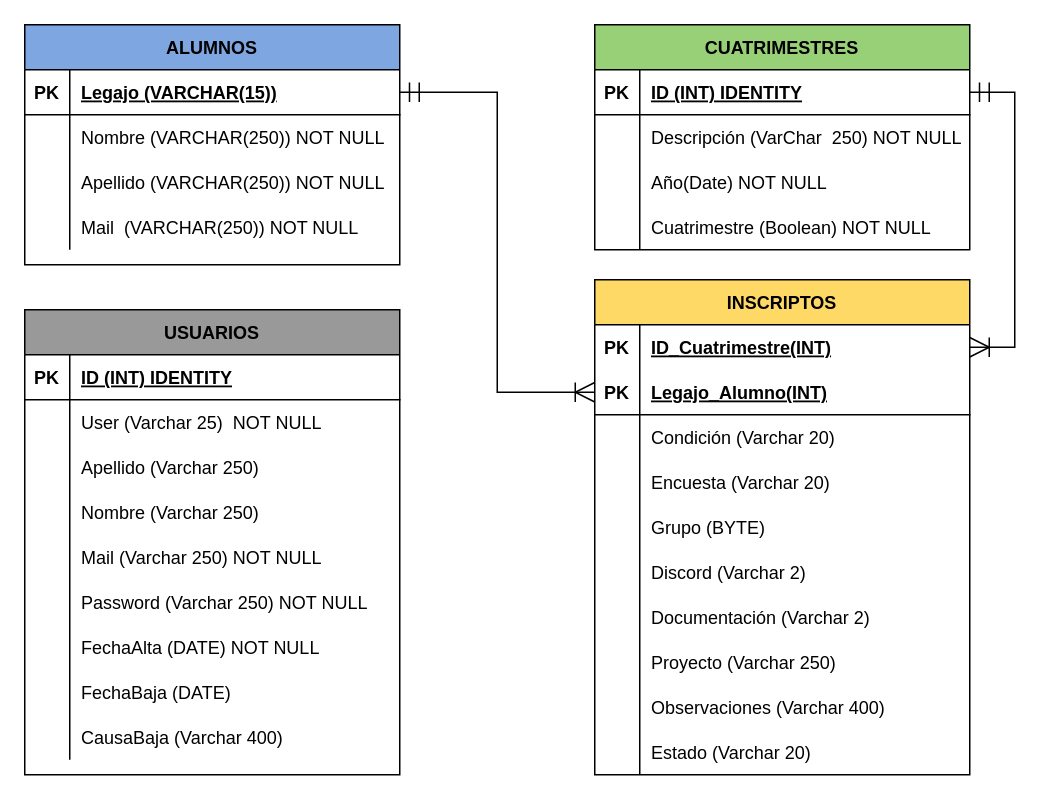
Nahuel200/Practicas-Profesionales keeps this draw.io diagram as Miscellaneous/PracticaSupervisada.drawio. Above is the earlier version. Source tidied: cells renumbered, new cells numbered last; positions are measured from the earlier drawing's top-left corner, leaving out a move shared by most shapes. Both pictures are drawn from the tidied source at 150%, with x=0, y=0 at pixel (24, 24).
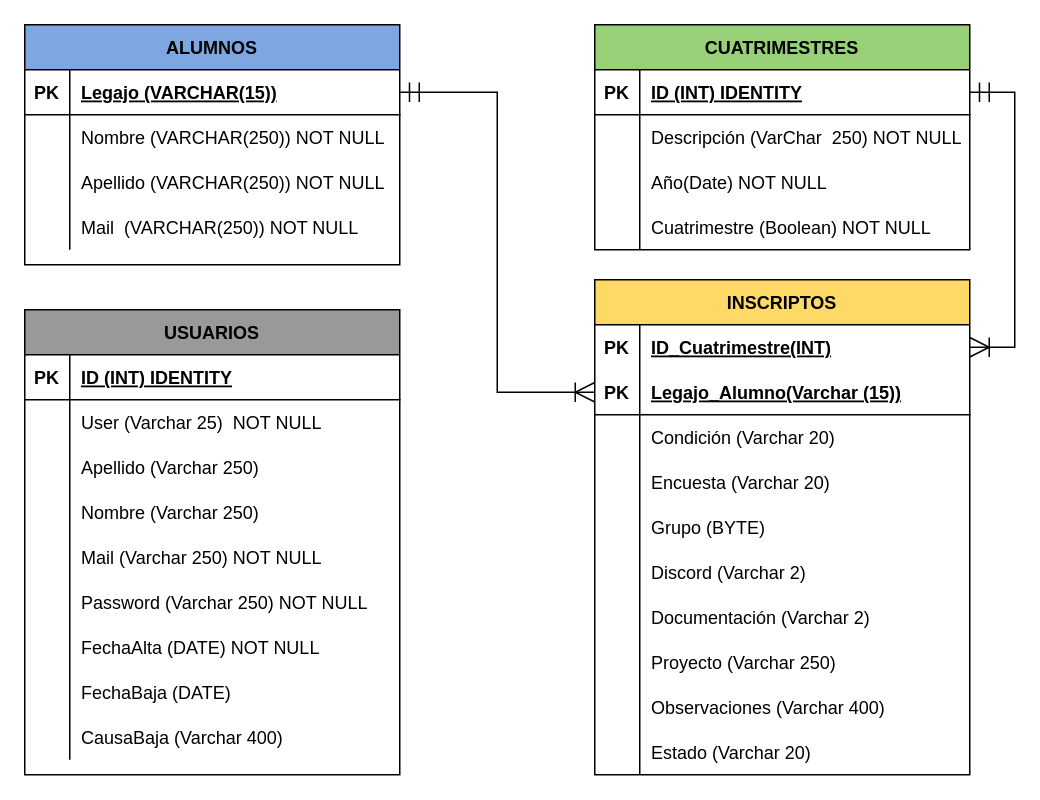
The same diagram, later.

Unchanged cells that the change refers to:
```xml
<mxCell id="19" style="shape=partialRectangle;fillColor=none;points=[[0,0.5],[1,0.5]];portConstraint=eastwest;top=0;left=0;right=0;bottom=1;" parent="15" vertex="1">
  <mxGeometry y="60" width="250" height="30" as="geometry" />
</mxCell>
```

Change to the diagram source:
```diff
@@
-    <mxCell id="21" value="Legajo_Alumno(INT)" style="shape=partialRectangle;overflow=hidden;fillColor=none;top=0;left=0;bottom=0;right=0;align=left;spacingLeft=6;fontStyle=5;" parent="19" vertex="1">
+    <mxCell id="21" value="Legajo_Alumno(Varchar (15))" style="shape=partialRectangle;overflow=hidden;fillColor=none;top=0;left=0;bottom=0;right=0;align=left;spacingLeft=6;fontStyle=5;" parent="19" vertex="1">
       <mxGeometry x="30" width="220" height="30" as="geometry" />
     </mxCell>
```
